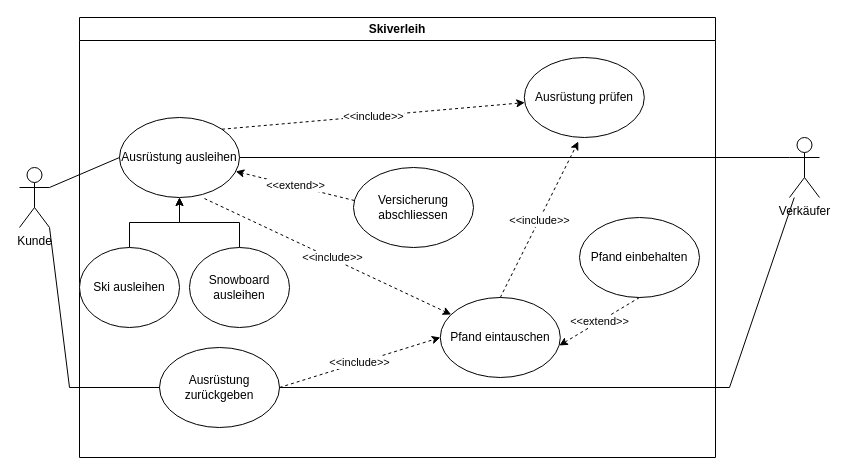
Above: usecases.drawio in ferreric/ffhs_swem (draw.io), before the change. Source tidied: cells renumbered, new cells numbered last; positions are measured from the earlier drawing's top-left corner, leaving out a move shared by most shapes. Both pictures are drawn from the tidied source at 100%, with x=0, y=0 at pixel (19, 17).
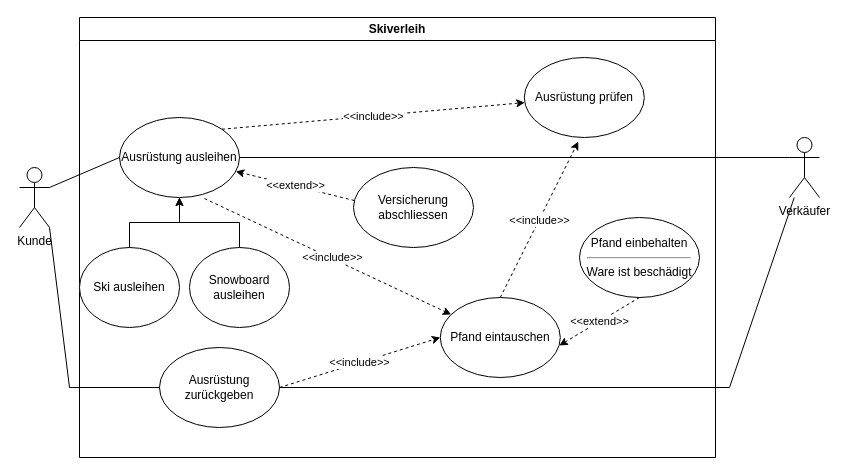
Above is the later version.

The change refers to these unchanged cells:
```xml
<mxCell id="3" value="Skiverleih" style="swimlane;whiteSpace=wrap;html=1;" parent="1" vertex="1">
  <mxGeometry x="60" width="636" height="440" as="geometry" />
</mxCell>
```

The edit, as a diff of the source:
```diff
@@
-    <mxCell id="15" value="Pfand einbehalten" style="ellipse;whiteSpace=wrap;html=1;" parent="3" vertex="1">
+    <mxCell id="15" value="Pfand einbehalten&lt;hr&gt;Ware ist beschädigt" style="ellipse;whiteSpace=wrap;html=1;" parent="3" vertex="1">
       <mxGeometry x="500" y="200" width="120" height="80" as="geometry" />
     </mxCell>
```
